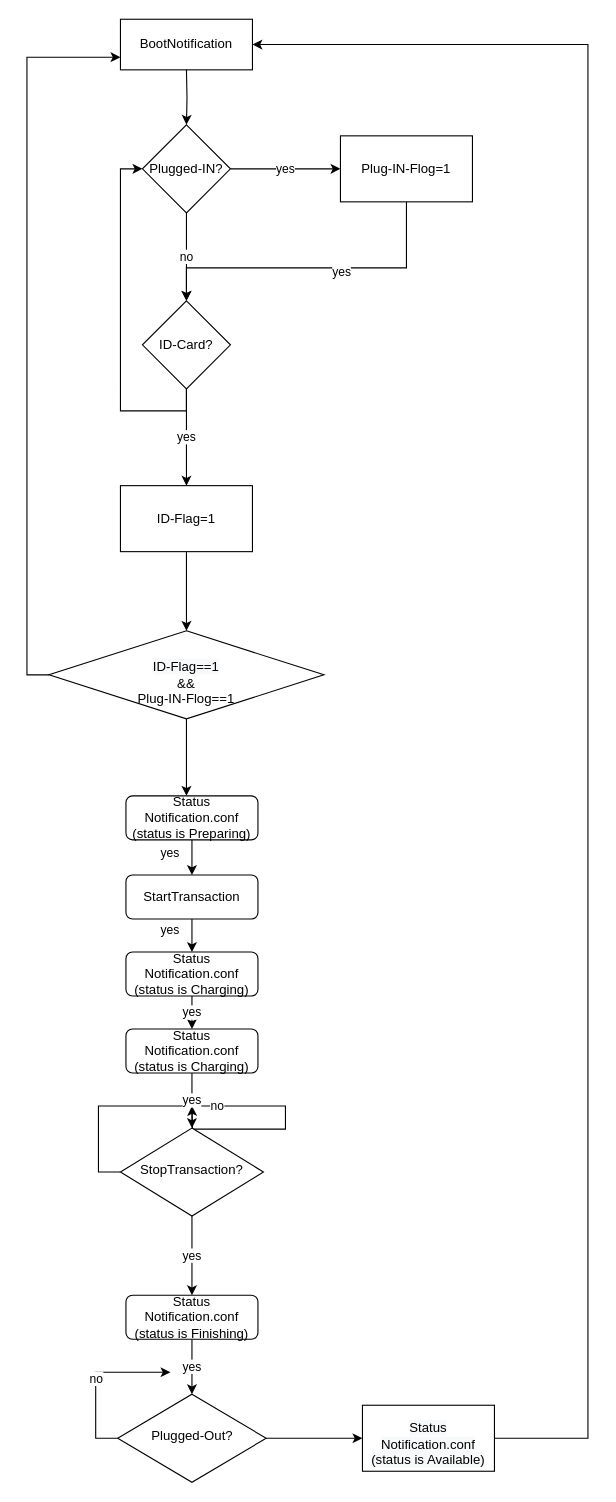
Above: _posts/Untitled Diagram.drawio in KimJuyeop/study_space (draw.io), before the change. Source tidied: cells renumbered, new cells numbered last; positions are measured from the earlier drawing's top-left corner, leaving out a move shared by most shapes. Both pictures are drawn from the tidied source at 110%, with x=0, y=0 at pixel (48, 19).
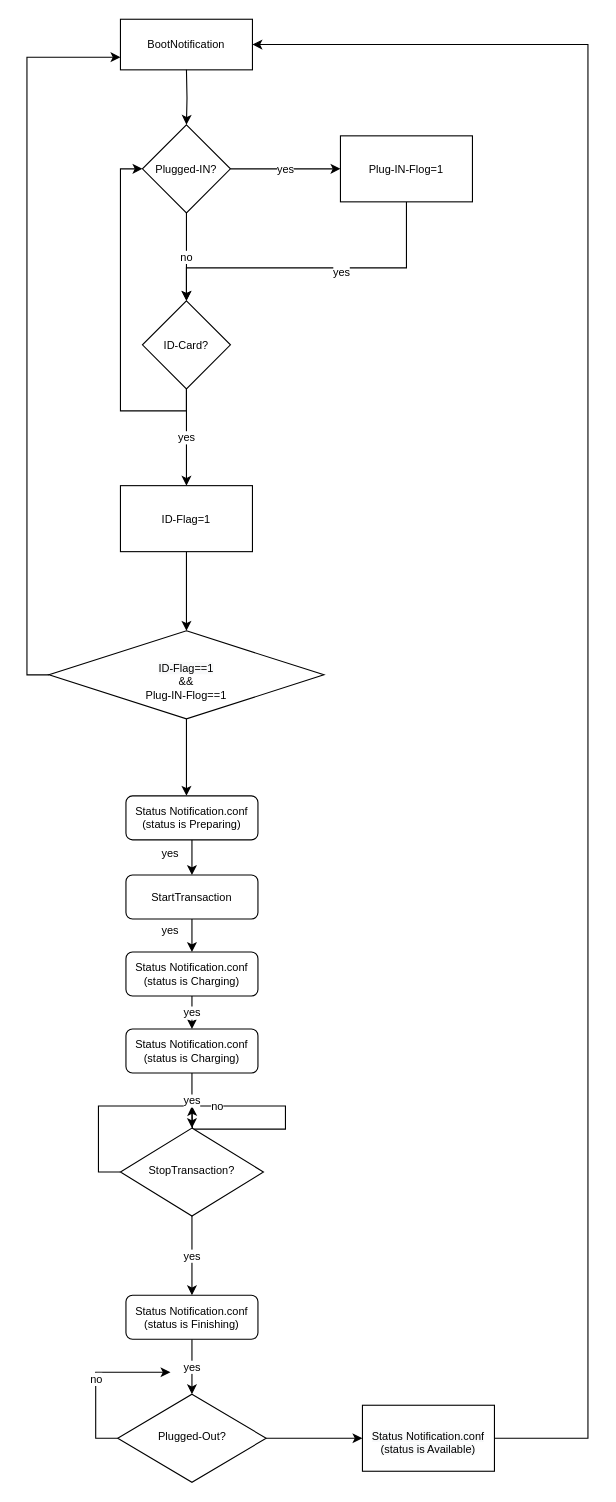
The same page after the edit.

The edit, as a diff of the source:
```diff
@@
-    <mxCell id="2" value="BootNotification" style="rounded=0;whiteSpace=wrap;html=1;" parent="1" vertex="1">
+    <mxCell id="2" value="BootNotification" style="rounded=0;whiteSpace=wrap;html=1;fontSize=10;shadow=0;" parent="1" vertex="1">
       <mxGeometry x="65" width="120" height="46" as="geometry" />
     </mxCell>
-    <mxCell id="3" style="edgeStyle=orthogonalEdgeStyle;rounded=0;jettySize=auto;html=1;" parent="1" edge="1" target="6">
+    <mxCell id="3" style="edgeStyle=orthogonalEdgeStyle;rounded=0;jettySize=auto;html=1;fontSize=10;shadow=0;" parent="1" edge="1" target="6">
       <mxGeometry relative="1" as="geometry">
         <mxPoint x="125" y="46" as="sourcePoint" />
       </mxGeometry>
     </mxCell>
-    <mxCell id="4" value="no" style="edgeStyle=orthogonalEdgeStyle;rounded=0;jettySize=auto;html=1;" parent="1" edge="1" source="6" target="9">
+    <mxCell id="4" value="no" style="edgeStyle=orthogonalEdgeStyle;rounded=0;jettySize=auto;html=1;fontSize=10;shadow=0;" parent="1" edge="1" source="6" target="9">
       <mxGeometry relative="1" as="geometry" />
     </mxCell>
-    <mxCell id="5" value="yes" style="edgeStyle=orthogonalEdgeStyle;rounded=0;jettySize=auto;html=1;" parent="1" edge="1" source="6" target="14">
+    <mxCell id="5" value="yes" style="edgeStyle=orthogonalEdgeStyle;rounded=0;jettySize=auto;html=1;fontSize=10;shadow=0;" parent="1" edge="1" source="6" target="14">
       <mxGeometry relative="1" as="geometry" />
     </mxCell>
-    <mxCell id="6" value="Plugged-IN?" style="rhombus;whiteSpace=wrap;html=1;" parent="1" vertex="1">
+    <mxCell id="6" value="Plugged-IN?" style="rhombus;whiteSpace=wrap;html=1;fontSize=10;shadow=0;" parent="1" vertex="1">
       <mxGeometry x="85" y="96" width="80" height="80" as="geometry" />
     </mxCell>
-    <mxCell id="7" value="yes" style="edgeStyle=orthogonalEdgeStyle;rounded=0;jettySize=auto;html=1;" parent="1" edge="1" source="9" target="11">
+    <mxCell id="7" value="yes" style="edgeStyle=orthogonalEdgeStyle;rounded=0;jettySize=auto;html=1;fontSize=10;shadow=0;" parent="1" edge="1" source="9" target="11">
       <mxGeometry relative="1" as="geometry" />
     </mxCell>
-    <mxCell id="8" style="edgeStyle=orthogonalEdgeStyle;rounded=0;jettySize=auto;html=1;exitX=0.5;exitY=1;exitDx=0;exitDy=0;entryX=0;entryY=0.5;entryDx=0;entryDy=0;" parent="1" edge="1" source="9" target="6">
+    <mxCell id="8" style="edgeStyle=orthogonalEdgeStyle;rounded=0;jettySize=auto;html=1;exitX=0.5;exitY=1;exitDx=0;exitDy=0;entryX=0;entryY=0.5;entryDx=0;entryDy=0;fontSize=10;shadow=0;" parent="1" edge="1" source="9" target="6">
       <mxGeometry relative="1" as="geometry" />
     </mxCell>
-    <mxCell id="9" value="&lt;span style=&quot;&quot;&gt;ID-Card?&lt;/span&gt;" style="rhombus;whiteSpace=wrap;html=1;" parent="1" vertex="1">
+    <mxCell id="9" value="&lt;span style=&quot;font-size: 10px;&quot;&gt;ID-Card?&lt;/span&gt;" style="rhombus;whiteSpace=wrap;html=1;fontSize=10;shadow=0;" parent="1" vertex="1">
       <mxGeometry x="85" y="256" width="80" height="80" as="geometry" />
     </mxCell>
-    <mxCell id="10" style="edgeStyle=orthogonalEdgeStyle;rounded=0;jettySize=auto;html=1;" parent="1" edge="1" source="11" target="17">
+    <mxCell id="10" style="edgeStyle=orthogonalEdgeStyle;rounded=0;jettySize=auto;html=1;fontSize=10;shadow=0;" parent="1" edge="1" source="11" target="17">
       <mxGeometry relative="1" as="geometry" />
     </mxCell>
-    <mxCell id="11" value="&lt;span style=&quot;&quot;&gt;ID-Flag=1&lt;/span&gt;" style="whiteSpace=wrap;html=1;" parent="1" vertex="1">
+    <mxCell id="11" value="&lt;span style=&quot;font-size: 10px;&quot;&gt;ID-Flag=1&lt;/span&gt;" style="whiteSpace=wrap;html=1;fontSize=10;shadow=0;" parent="1" vertex="1">
       <mxGeometry x="65" y="424" width="120" height="60" as="geometry" />
     </mxCell>
-    <mxCell id="12" style="edgeStyle=orthogonalEdgeStyle;rounded=0;jettySize=auto;html=1;exitX=0.5;exitY=1;exitDx=0;exitDy=0;" parent="1" edge="1" source="14" target="9">
+    <mxCell id="12" style="edgeStyle=orthogonalEdgeStyle;rounded=0;jettySize=auto;html=1;exitX=0.5;exitY=1;exitDx=0;exitDy=0;fontSize=10;shadow=0;" parent="1" edge="1" source="14" target="9">
       <mxGeometry relative="1" as="geometry">
         <Array as="points">
           <mxPoint x="325" y="226" />
           <mxPoint x="125" y="226" />
         </Array>
       </mxGeometry>
     </mxCell>
-    <mxCell id="13" value="yes" style="edgeLabel;html=1;align=center;verticalAlign=middle;" parent="12" vertex="1">
+    <mxCell id="13" value="yes" style="edgeLabel;html=1;align=center;verticalAlign=middle;fontSize=10;shadow=0;" parent="12" vertex="1">
       <mxGeometry x="-0.17" y="3" relative="1" as="geometry" />
     </mxCell>
-    <mxCell id="14" value="Plug-IN-Flog=1" style="whiteSpace=wrap;html=1;" parent="1" vertex="1">
+    <mxCell id="14" value="Plug-IN-Flog=1" style="whiteSpace=wrap;html=1;fontSize=10;shadow=0;" parent="1" vertex="1">
       <mxGeometry x="265" y="106" width="120" height="60" as="geometry" />
     </mxCell>
-    <mxCell id="15" style="edgeStyle=orthogonalEdgeStyle;rounded=0;jettySize=auto;html=1;" parent="1" edge="1" source="17" target="19">
+    <mxCell id="15" style="edgeStyle=orthogonalEdgeStyle;rounded=0;jettySize=auto;html=1;fontSize=10;shadow=0;" parent="1" edge="1" source="17" target="19">
       <mxGeometry relative="1" as="geometry">
         <Array as="points">
           <mxPoint x="125" y="690" />
           <mxPoint x="125" y="690" />
         </Array>
       </mxGeometry>
     </mxCell>
-    <mxCell id="16" style="edgeStyle=orthogonalEdgeStyle;rounded=0;jettySize=auto;html=1;exitX=0;exitY=0.5;exitDx=0;exitDy=0;entryX=0;entryY=0.75;entryDx=0;entryDy=0;" parent="1" edge="1" source="17" target="2">
+    <mxCell id="16" style="edgeStyle=orthogonalEdgeStyle;rounded=0;jettySize=auto;html=1;exitX=0;exitY=0.5;exitDx=0;exitDy=0;entryX=0;entryY=0.75;entryDx=0;entryDy=0;fontSize=10;shadow=0;" parent="1" edge="1" source="17" target="2">
       <mxGeometry relative="1" as="geometry" />
     </mxCell>
-    <mxCell id="17" value="&lt;br&gt;&lt;span style=&quot;color: rgb(0, 0, 0); font-family: Helvetica; font-size: 12px; font-style: normal; font-variant-ligatures: normal; font-variant-caps: normal; font-weight: 400; letter-spacing: normal; orphans: 2; text-align: center; text-indent: 0px; text-transform: none; widows: 2; word-spacing: 0px; -webkit-text-stroke-width: 0px; background-color: rgb(248, 249, 250); text-decoration-thickness: initial; text-decoration-style: initial; text-decoration-color: initial; float: none; display: inline !important;&quot;&gt;ID-Flag==1&lt;/span&gt;&lt;br&gt;&amp;amp;&amp;amp;&lt;br&gt;Plug-IN-Flog==1" style="rhombus;whiteSpace=wrap;html=1;" parent="1" vertex="1">
+    <mxCell id="17" value="&lt;br style=&quot;font-size: 10px;&quot;&gt;&lt;span style=&quot;color: rgb(0, 0, 0); font-family: Helvetica; font-size: 10px; font-style: normal; font-variant-ligatures: normal; font-variant-caps: normal; font-weight: 400; letter-spacing: normal; orphans: 2; text-align: center; text-indent: 0px; text-transform: none; widows: 2; word-spacing: 0px; -webkit-text-stroke-width: 0px; background-color: rgb(248, 249, 250); text-decoration-thickness: initial; text-decoration-style: initial; text-decoration-color: initial; float: none; display: inline !important;&quot;&gt;ID-Flag==1&lt;/span&gt;&lt;br style=&quot;font-size: 10px;&quot;&gt;&amp;amp;&amp;amp;&lt;br style=&quot;font-size: 10px;&quot;&gt;Plug-IN-Flog==1" style="rhombus;whiteSpace=wrap;html=1;fontSize=10;shadow=0;" parent="1" vertex="1">
       <mxGeometry y="556" width="250" height="80" as="geometry" />
     </mxCell>
-    <mxCell id="18" value="yes" style="edgeStyle=orthogonalEdgeStyle;rounded=0;jettySize=auto;html=1;" parent="1" edge="1" source="19" target="24">
+    <mxCell id="18" value="yes" style="edgeStyle=orthogonalEdgeStyle;rounded=0;jettySize=auto;html=1;fontSize=10;shadow=0;" parent="1" edge="1" source="19" target="24">
       <mxGeometry x="0.17" y="-20" relative="1" as="geometry" />
     </mxCell>
-    <mxCell id="19" value="Status Notification.conf&lt;br&gt;(status is Preparing)" style="rounded=1;whiteSpace=wrap;html=1;fontSize=12;glass=0;strokeWidth=1;shadow=0;" parent="1" vertex="1">
+    <mxCell id="19" value="Status Notification.conf&lt;br style=&quot;font-size: 10px;&quot;&gt;(status is Preparing)" style="rounded=1;whiteSpace=wrap;html=1;fontSize=10;glass=0;strokeWidth=1;shadow=0;" parent="1" vertex="1">
       <mxGeometry x="70" y="706" width="120" height="40" as="geometry" />
     </mxCell>
-    <mxCell id="20" value="yes" style="edgeStyle=orthogonalEdgeStyle;rounded=0;jettySize=auto;html=1;" parent="1" edge="1" source="22" target="29">
+    <mxCell id="20" value="yes" style="edgeStyle=orthogonalEdgeStyle;rounded=0;jettySize=auto;html=1;fontSize=10;shadow=0;" parent="1" edge="1" source="22" target="29">
       <mxGeometry relative="1" as="geometry" />
     </mxCell>
-    <mxCell id="21" value="no" style="edgeStyle=orthogonalEdgeStyle;rounded=0;jettySize=auto;html=1;exitX=0;exitY=0.5;exitDx=0;exitDy=0;" parent="1" edge="1" source="22">
+    <mxCell id="21" value="no" style="edgeStyle=orthogonalEdgeStyle;rounded=0;jettySize=auto;html=1;exitX=0;exitY=0.5;exitDx=0;exitDy=0;fontSize=10;shadow=0;" parent="1" edge="1" source="22">
       <mxGeometry relative="1" as="geometry">
         <mxPoint x="130" y="988" as="targetPoint" />
       </mxGeometry>
     </mxCell>
-    <mxCell id="22" value="StopTransaction?" style="rhombus;whiteSpace=wrap;html=1;shadow=0;fontFamily=Helvetica;fontSize=12;align=center;strokeWidth=1;spacing=6;spacingTop=-4;" parent="1" vertex="1">
+    <mxCell id="22" value="StopTransaction?" style="rhombus;whiteSpace=wrap;html=1;shadow=0;fontFamily=Helvetica;fontSize=10;align=center;strokeWidth=1;spacing=6;spacingTop=-4;" parent="1" vertex="1">
       <mxGeometry x="65" y="1008" width="130" height="80" as="geometry" />
     </mxCell>
-    <mxCell id="23" value="yes" style="edgeStyle=orthogonalEdgeStyle;rounded=0;orthogonalLoop=1;jettySize=auto;html=1;" parent="1" edge="1">
+    <mxCell id="23" value="yes" style="edgeStyle=orthogonalEdgeStyle;rounded=0;orthogonalLoop=1;jettySize=auto;html=1;fontSize=10;shadow=0;" parent="1" edge="1">
       <mxGeometry x="-0.33" y="-20" relative="1" as="geometry">
         <mxPoint x="130" y="818" as="sourcePoint" />
         <mxPoint x="130" y="848" as="targetPoint" />
       </mxGeometry>
     </mxCell>
-    <mxCell id="24" value="StartTransaction" style="rounded=1;whiteSpace=wrap;html=1;fontSize=12;glass=0;strokeWidth=1;shadow=0;" parent="1" vertex="1">
+    <mxCell id="24" value="StartTransaction" style="rounded=1;whiteSpace=wrap;html=1;fontSize=10;glass=0;strokeWidth=1;shadow=0;" parent="1" vertex="1">
       <mxGeometry x="70" y="778" width="120" height="40" as="geometry" />
     </mxCell>
-    <mxCell id="25" value="yes" style="edgeStyle=orthogonalEdgeStyle;rounded=0;jettySize=auto;html=1;startArrow=none;" parent="1" edge="1" source="31" target="22">
+    <mxCell id="25" value="yes" style="edgeStyle=orthogonalEdgeStyle;rounded=0;jettySize=auto;html=1;startArrow=none;fontSize=10;shadow=0;" parent="1" edge="1" source="31" target="22">
       <mxGeometry relative="1" as="geometry" />
     </mxCell>
-    <mxCell id="26" value="yes" style="edgeStyle=orthogonalEdgeStyle;rounded=0;jettySize=auto;html=1;" parent="1" edge="1" source="27" target="31">
+    <mxCell id="26" value="yes" style="edgeStyle=orthogonalEdgeStyle;rounded=0;jettySize=auto;html=1;fontSize=10;shadow=0;" parent="1" edge="1" source="27" target="31">
       <mxGeometry relative="1" as="geometry">
         <Array as="points">
           <mxPoint x="130" y="898" />
           <mxPoint x="130" y="898" />
         </Array>
       </mxGeometry>
     </mxCell>
-    <mxCell id="27" value="Status Notification.conf&lt;br&gt;(status is Charging)" style="rounded=1;whiteSpace=wrap;html=1;fontSize=12;glass=0;strokeWidth=1;shadow=0;" parent="1" vertex="1">
+    <mxCell id="27" value="Status Notification.conf&lt;br style=&quot;font-size: 10px;&quot;&gt;(status is Charging)" style="rounded=1;whiteSpace=wrap;html=1;fontSize=10;glass=0;strokeWidth=1;shadow=0;" parent="1" vertex="1">
       <mxGeometry x="70" y="848" width="120" height="40" as="geometry" />
     </mxCell>
-    <mxCell id="28" value="yes" style="edgeStyle=orthogonalEdgeStyle;rounded=0;jettySize=auto;html=1;" parent="1" edge="1" source="29" target="35">
+    <mxCell id="28" value="yes" style="edgeStyle=orthogonalEdgeStyle;rounded=0;jettySize=auto;html=1;fontSize=10;shadow=0;" parent="1" edge="1" source="29" target="35">
       <mxGeometry relative="1" as="geometry" />
     </mxCell>
-    <mxCell id="29" value="Status Notification.conf&lt;br&gt;(status is Finishing)" style="rounded=1;whiteSpace=wrap;html=1;fontSize=12;glass=0;strokeWidth=1;shadow=0;" parent="1" vertex="1">
+    <mxCell id="29" value="Status Notification.conf&lt;br style=&quot;font-size: 10px;&quot;&gt;(status is Finishing)" style="rounded=1;whiteSpace=wrap;html=1;fontSize=10;glass=0;strokeWidth=1;shadow=0;" parent="1" vertex="1">
       <mxGeometry x="70" y="1160" width="120" height="40" as="geometry" />
     </mxCell>
-    <mxCell id="30" style="edgeStyle=orthogonalEdgeStyle;rounded=0;jettySize=auto;html=1;exitX=0.75;exitY=0;exitDx=0;exitDy=0;" parent="1" edge="1" source="31">
+    <mxCell id="30" style="edgeStyle=orthogonalEdgeStyle;rounded=0;jettySize=auto;html=1;exitX=0.75;exitY=0;exitDx=0;exitDy=0;fontSize=10;shadow=0;" parent="1" edge="1" source="31">
       <mxGeometry relative="1" as="geometry">
         <mxPoint x="160" y="928" as="targetPoint" />
       </mxGeometry>
     </mxCell>
-    <mxCell id="31" value="Status Notification.conf&lt;br&gt;(status is Charging)" style="rounded=1;whiteSpace=wrap;html=1;fontSize=12;glass=0;strokeWidth=1;shadow=0;" parent="1" vertex="1">
+    <mxCell id="31" value="Status Notification.conf&lt;br style=&quot;font-size: 10px;&quot;&gt;(status is Charging)" style="rounded=1;whiteSpace=wrap;html=1;fontSize=10;glass=0;strokeWidth=1;shadow=0;" parent="1" vertex="1">
       <mxGeometry x="70" y="918" width="120" height="40" as="geometry" />
     </mxCell>
-    <mxCell id="32" value="no" style="edgeStyle=orthogonalEdgeStyle;rounded=0;jettySize=auto;html=1;exitX=0;exitY=0.5;exitDx=0;exitDy=0;" parent="1" edge="1" source="35">
+    <mxCell id="32" value="no" style="edgeStyle=orthogonalEdgeStyle;rounded=0;jettySize=auto;html=1;exitX=0;exitY=0.5;exitDx=0;exitDy=0;fontSize=10;shadow=0;" parent="1" edge="1" source="35">
       <mxGeometry relative="1" as="geometry">
         <mxPoint x="110" y="1230" as="targetPoint" />
       </mxGeometry>
     </mxCell>
-    <mxCell id="33" style="edgeStyle=orthogonalEdgeStyle;rounded=0;jettySize=auto;html=1;exitX=1;exitY=0.5;exitDx=0;exitDy=0;entryX=1;entryY=0.5;entryDx=0;entryDy=0;startArrow=none;" parent="1" edge="1" target="2">
+    <mxCell id="33" style="edgeStyle=orthogonalEdgeStyle;rounded=0;jettySize=auto;html=1;exitX=1;exitY=0.5;exitDx=0;exitDy=0;entryX=1;entryY=0.5;entryDx=0;entryDy=0;startArrow=none;fontSize=10;shadow=0;" parent="1" edge="1" target="2">
       <mxGeometry relative="1" as="geometry">
         <mxPoint x="400" y="1290" as="sourcePoint" />
         <Array as="points">
           <mxPoint x="490" y="1290" />
           <mxPoint x="490" y="23" />
         </Array>
       </mxGeometry>
     </mxCell>
-    <mxCell id="34" style="edgeStyle=orthogonalEdgeStyle;rounded=0;jettySize=auto;html=1;" parent="1" edge="1" source="35" target="36">
+    <mxCell id="34" style="edgeStyle=orthogonalEdgeStyle;rounded=0;jettySize=auto;html=1;fontSize=10;shadow=0;" parent="1" edge="1" source="35" target="36">
       <mxGeometry relative="1" as="geometry" />
     </mxCell>
-    <mxCell id="35" value="Plugged-Out?" style="rhombus;whiteSpace=wrap;html=1;shadow=0;strokeWidth=1;spacing=6;spacingTop=-4;" parent="1" vertex="1">
+    <mxCell id="35" value="Plugged-Out?" style="rhombus;whiteSpace=wrap;html=1;shadow=0;strokeWidth=1;spacing=6;spacingTop=-4;fontSize=10;" parent="1" vertex="1">
       <mxGeometry x="62.5" y="1250" width="135" height="80" as="geometry" />
     </mxCell>
-    <mxCell id="36" value="&lt;br&gt;&lt;span style=&quot;color: rgb(0, 0, 0); font-family: Helvetica; font-size: 12px; font-style: normal; font-variant-ligatures: normal; font-variant-caps: normal; font-weight: 400; letter-spacing: normal; orphans: 2; text-align: center; text-indent: 0px; text-transform: none; widows: 2; word-spacing: 0px; -webkit-text-stroke-width: 0px; background-color: rgb(248, 249, 250); text-decoration-thickness: initial; text-decoration-style: initial; text-decoration-color: initial; float: none; display: inline !important;&quot;&gt;Status Notification.conf&lt;/span&gt;&lt;br style=&quot;color: rgb(0, 0, 0); font-family: Helvetica; font-size: 12px; font-style: normal; font-variant-ligatures: normal; font-variant-caps: normal; font-weight: 400; letter-spacing: normal; orphans: 2; text-align: center; text-indent: 0px; text-transform: none; widows: 2; word-spacing: 0px; -webkit-text-stroke-width: 0px; background-color: rgb(248, 249, 250); text-decoration-thickness: initial; text-decoration-style: initial; text-decoration-color: initial;&quot;&gt;&lt;span style=&quot;color: rgb(0, 0, 0); font-family: Helvetica; font-size: 12px; font-style: normal; font-variant-ligatures: normal; font-variant-caps: normal; font-weight: 400; letter-spacing: normal; orphans: 2; text-align: center; text-indent: 0px; text-transform: none; widows: 2; word-spacing: 0px; -webkit-text-stroke-width: 0px; background-color: rgb(248, 249, 250); text-decoration-thickness: initial; text-decoration-style: initial; text-decoration-color: initial; float: none; display: inline !important;&quot;&gt;(status is Available)&lt;/span&gt;&lt;br&gt;" style="whiteSpace=wrap;html=1;shadow=0;strokeWidth=1;spacing=6;spacingTop=-4;" parent="1" vertex="1">
+    <mxCell id="36" value="&lt;br style=&quot;font-size: 10px;&quot;&gt;&lt;span style=&quot;color: rgb(0, 0, 0); font-family: Helvetica; font-size: 10px; font-style: normal; font-variant-ligatures: normal; font-variant-caps: normal; font-weight: 400; letter-spacing: normal; orphans: 2; text-align: center; text-indent: 0px; text-transform: none; widows: 2; word-spacing: 0px; -webkit-text-stroke-width: 0px; background-color: rgb(248, 249, 250); text-decoration-thickness: initial; text-decoration-style: initial; text-decoration-color: initial; float: none; display: inline !important;&quot;&gt;Status Notification.conf&lt;/span&gt;&lt;br style=&quot;color: rgb(0, 0, 0); font-family: Helvetica; font-size: 10px; font-style: normal; font-variant-ligatures: normal; font-variant-caps: normal; font-weight: 400; letter-spacing: normal; orphans: 2; text-align: center; text-indent: 0px; text-transform: none; widows: 2; word-spacing: 0px; -webkit-text-stroke-width: 0px; background-color: rgb(248, 249, 250); text-decoration-thickness: initial; text-decoration-style: initial; text-decoration-color: initial;&quot;&gt;&lt;span style=&quot;color: rgb(0, 0, 0); font-family: Helvetica; font-size: 10px; font-style: normal; font-variant-ligatures: normal; font-variant-caps: normal; font-weight: 400; letter-spacing: normal; orphans: 2; text-align: center; text-indent: 0px; text-transform: none; widows: 2; word-spacing: 0px; -webkit-text-stroke-width: 0px; background-color: rgb(248, 249, 250); text-decoration-thickness: initial; text-decoration-style: initial; text-decoration-color: initial; float: none; display: inline !important;&quot;&gt;(status is Available)&lt;/span&gt;&lt;br style=&quot;font-size: 10px;&quot;&gt;" style="whiteSpace=wrap;html=1;shadow=0;strokeWidth=1;spacing=6;spacingTop=-4;fontSize=10;" parent="1" vertex="1">
       <mxGeometry x="285" y="1260" width="120" height="60" as="geometry" />
     </mxCell>
```
